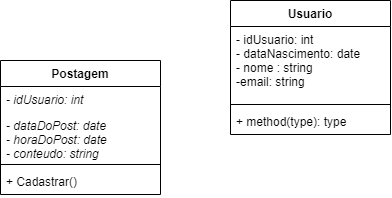
GilmarAlves99/DiagramaDoMeuTCC keeps this draw.io diagram as DiagramaCLASSE.png. Above is the earlier version. Source tidied: cells renumbered, new cells last; positions are measured from the earlier drawing's top-left corner, leaving out a move shared by most shapes.
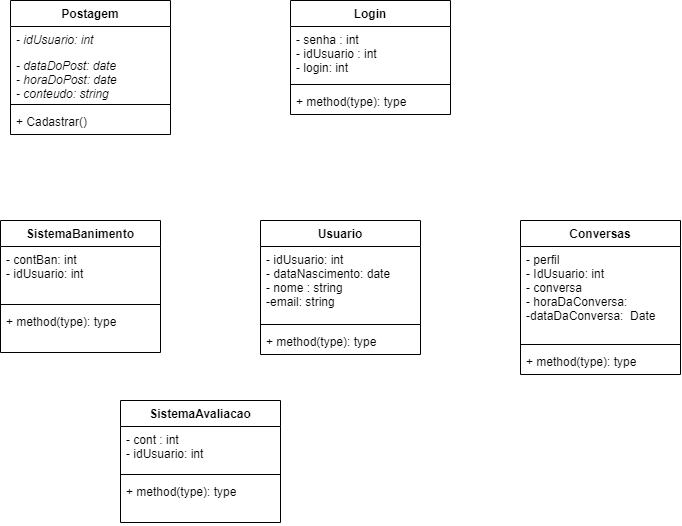
Later version of the same file.

The edit, as a diff of the source:
```diff
@@ -3,7 +3,7 @@
     <mxCell id="0" />
     <mxCell id="1" parent="0" />
     <mxCell id="2" value="Postagem" style="swimlane;fontStyle=1;align=center;verticalAlign=top;horizontal=1;startSize=26;" parent="1" vertex="1">
-      <mxGeometry y="60" width="160" height="134" as="geometry" />
+      <mxGeometry x="30" y="-1320" width="160" height="134" as="geometry" />
     </mxCell>
     <mxCell id="3" value="- idUsuario: int&#10;&#10;" style="text;strokeColor=none;fillColor=none;align=left;verticalAlign=top;spacingLeft=4;spacingRight=4;overflow=hidden;fontStyle=2;" parent="2" vertex="1">
       <mxGeometry y="26" width="160" height="26" as="geometry" />
@@ -17,8 +17,20 @@
     <mxCell id="6" value="+ Cadastrar()" style="text;strokeColor=none;fillColor=none;align=left;verticalAlign=top;spacingLeft=4;spacingRight=4;overflow=hidden;" parent="2" vertex="1">
       <mxGeometry y="108" width="160" height="26" as="geometry" />
     </mxCell>
+    <mxCell id="11" value="Login" style="swimlane;fontStyle=1;align=center;verticalAlign=top;horizontal=1;startSize=26;" parent="1" vertex="1">
+      <mxGeometry x="310" y="-1320" width="160" height="114" as="geometry" />
+    </mxCell>
+    <mxCell id="12" value="- senha : int&#10;- idUsuario : int&#10;- login: int" style="text;strokeColor=none;fillColor=none;align=left;verticalAlign=top;spacingLeft=4;spacingRight=4;overflow=hidden;" parent="11" vertex="1">
+      <mxGeometry y="26" width="160" height="54" as="geometry" />
+    </mxCell>
+    <mxCell id="13" style="line;strokeWidth=1;fillColor=none;align=left;verticalAlign=middle;spacingTop=-1;spacingLeft=3;spacingRight=3;labelPosition=right;" parent="11" vertex="1">
+      <mxGeometry y="80" width="160" height="8" as="geometry" />
+    </mxCell>
+    <mxCell id="14" value="+ method(type): type" style="text;strokeColor=none;fillColor=none;align=left;verticalAlign=top;spacingLeft=4;spacingRight=4;overflow=hidden;" parent="11" vertex="1">
+      <mxGeometry y="88" width="160" height="26" as="geometry" />
+    </mxCell>
     <mxCell id="7" value="Usuario" style="swimlane;fontStyle=1;align=center;verticalAlign=top;horizontal=1;startSize=26;" parent="1" vertex="1">
-      <mxGeometry x="230" width="160" height="134" as="geometry" />
+      <mxGeometry x="280" y="-1100" width="160" height="134" as="geometry" />
     </mxCell>
     <mxCell id="8" value="- idUsuario: int&#10;- dataNascimento: date&#10;- nome : string&#10;-email: string" style="text;strokeColor=none;fillColor=none;align=left;verticalAlign=top;spacingLeft=4;spacingRight=4;overflow=hidden;" parent="7" vertex="1">
       <mxGeometry y="26" width="160" height="74" as="geometry" />
@@ -29,5 +41,41 @@
     <mxCell id="10" value="+ method(type): type" style="text;strokeColor=none;fillColor=none;align=left;verticalAlign=top;spacingLeft=4;spacingRight=4;overflow=hidden;" parent="7" vertex="1">
       <mxGeometry y="108" width="160" height="26" as="geometry" />
     </mxCell>
+    <mxCell id="15" value="SistemaBanimento&#10;" style="swimlane;fontStyle=1;align=center;verticalAlign=top;horizontal=1;startSize=26;" parent="1" vertex="1">
+      <mxGeometry x="20" y="-1100" width="160" height="132" as="geometry" />
+    </mxCell>
+    <mxCell id="16" value="- contBan: int&#10;- idUsuario: int" style="text;strokeColor=none;fillColor=none;align=left;verticalAlign=top;spacingLeft=4;spacingRight=4;overflow=hidden;" parent="15" vertex="1">
+      <mxGeometry y="26" width="160" height="54" as="geometry" />
+    </mxCell>
+    <mxCell id="17" style="line;strokeWidth=1;fillColor=none;align=left;verticalAlign=middle;spacingTop=-1;spacingLeft=3;spacingRight=3;labelPosition=right;" parent="15" vertex="1">
+      <mxGeometry y="80" width="160" height="8" as="geometry" />
+    </mxCell>
+    <mxCell id="18" value="+ method(type): type" style="text;strokeColor=none;fillColor=none;align=left;verticalAlign=top;spacingLeft=4;spacingRight=4;overflow=hidden;" parent="15" vertex="1">
+      <mxGeometry y="88" width="160" height="44" as="geometry" />
+    </mxCell>
+    <mxCell id="19" value="SistemaAvaliacao" style="swimlane;fontStyle=1;align=center;verticalAlign=top;horizontal=1;startSize=26;" parent="1" vertex="1">
+      <mxGeometry x="140" y="-920" width="160" height="122" as="geometry" />
+    </mxCell>
+    <mxCell id="20" value="- cont : int&#10;- idUsuario: int" style="text;strokeColor=none;fillColor=none;align=left;verticalAlign=top;spacingLeft=4;spacingRight=4;overflow=hidden;" parent="19" vertex="1">
+      <mxGeometry y="26" width="160" height="44" as="geometry" />
+    </mxCell>
+    <mxCell id="21" style="line;strokeWidth=1;fillColor=none;align=left;verticalAlign=middle;spacingTop=-1;spacingLeft=3;spacingRight=3;labelPosition=right;" parent="19" vertex="1">
+      <mxGeometry y="70" width="160" height="8" as="geometry" />
+    </mxCell>
+    <mxCell id="22" value="+ method(type): type" style="text;strokeColor=none;fillColor=none;align=left;verticalAlign=top;spacingLeft=4;spacingRight=4;overflow=hidden;" parent="19" vertex="1">
+      <mxGeometry y="78" width="160" height="44" as="geometry" />
+    </mxCell>
+    <mxCell id="23" value="Conversas" style="swimlane;fontStyle=1;align=center;verticalAlign=top;horizontal=1;startSize=26;" parent="1" vertex="1">
+      <mxGeometry x="540" y="-1100" width="160" height="154" as="geometry" />
+    </mxCell>
+    <mxCell id="24" value="- perfil&#10;- IdUsuario: int&#10;- conversa&#10;- horaDaConversa: &#10;-dataDaConversa:  Date" style="text;strokeColor=none;fillColor=none;align=left;verticalAlign=top;spacingLeft=4;spacingRight=4;overflow=hidden;" parent="23" vertex="1">
+      <mxGeometry y="26" width="160" height="94" as="geometry" />
+    </mxCell>
+    <mxCell id="25" style="line;strokeWidth=1;fillColor=none;align=left;verticalAlign=middle;spacingTop=-1;spacingLeft=3;spacingRight=3;labelPosition=right;" parent="23" vertex="1">
+      <mxGeometry y="120" width="160" height="8" as="geometry" />
+    </mxCell>
+    <mxCell id="26" value="+ method(type): type" style="text;strokeColor=none;fillColor=none;align=left;verticalAlign=top;spacingLeft=4;spacingRight=4;overflow=hidden;" parent="23" vertex="1">
+      <mxGeometry y="128" width="160" height="26" as="geometry" />
+    </mxCell>
   </root>
 </mxGraphModel>
```
